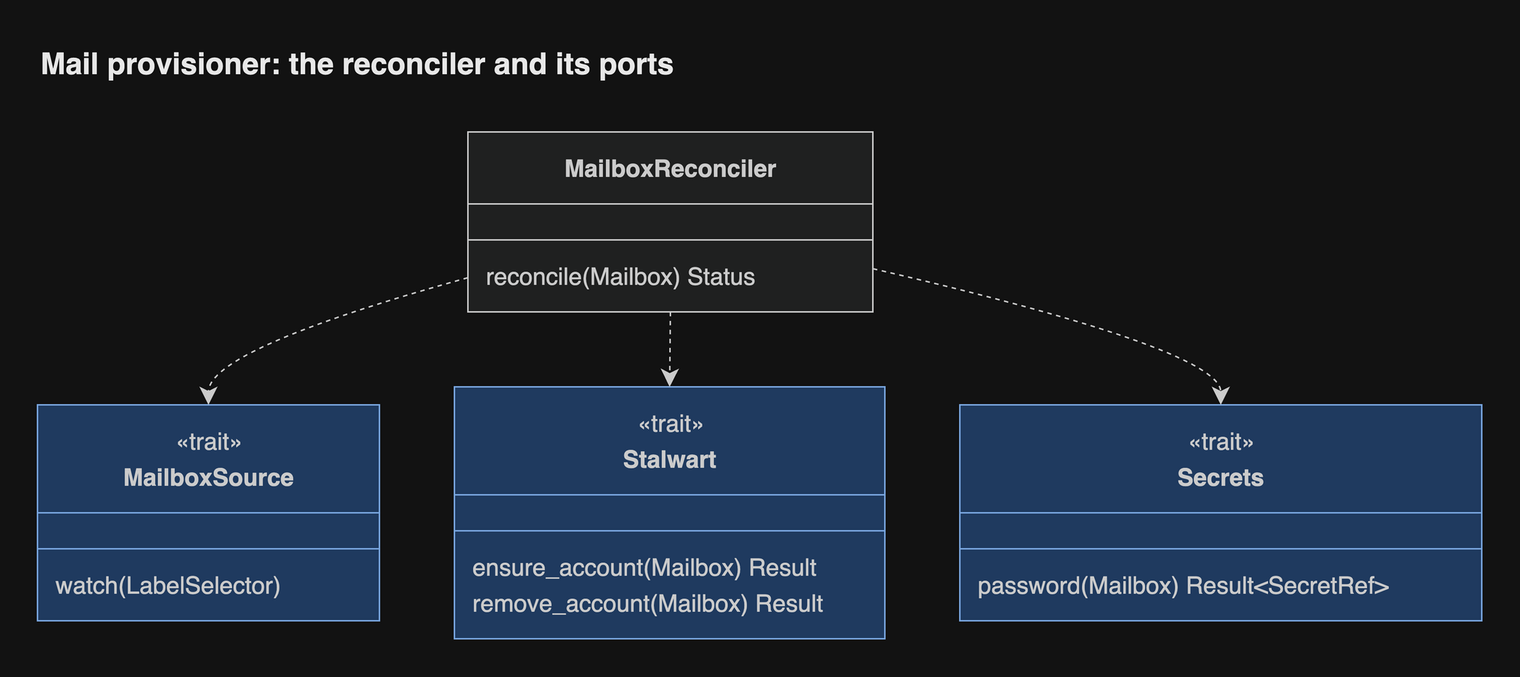
Earlier version of the draw.io export docs/diagrams/png/mail-provisioner.png (JorisJonkers-dev/estate-kit). Source tidied: cells renumbered, new cells last; positions are measured from the earlier drawing's top-left corner, leaving out a move shared by most shapes.
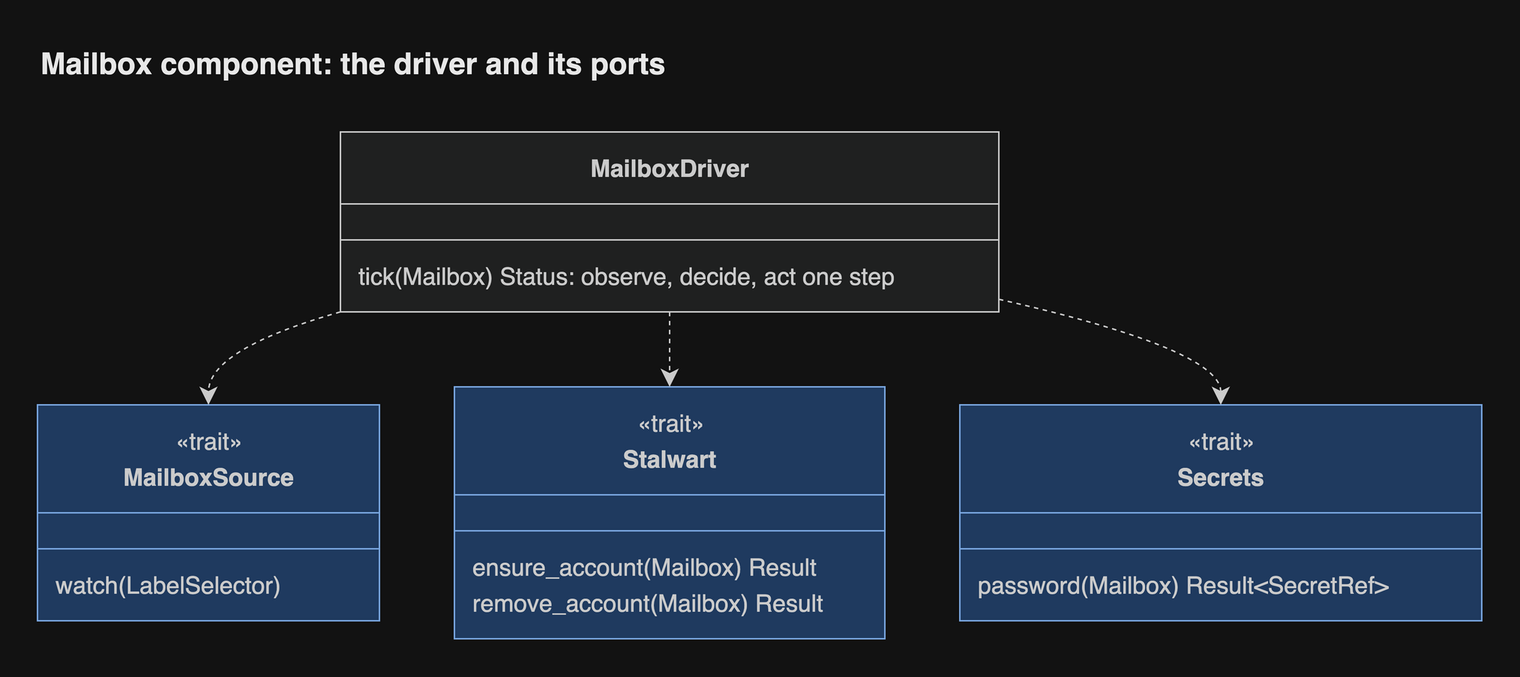
After the commit.

Diff of the diagram source:
```diff
@@ -2,14 +2,14 @@
   <root>
     <mxCell id="0" />
     <mxCell id="1" parent="0" />
-    <mxCell id="2" value="&lt;b&gt;MailboxReconciler&lt;/b&gt;" style="swimlane;html=1;fontStyle=1;fontSize=16;align=center;verticalAlign=middle;horizontal=1;startSize=48;swimlaneFillColor=light-dark(#ECECFF,#1f2020);whiteSpace=wrap;fillColor=light-dark(#ECECFF,#1f2020);strokeColor=light-dark(#9370DB,#cccccc);fontColor=light-dark(#333333,#cccccc);fontFamily=Helvetica;" parent="1" vertex="1">
-      <mxGeometry x="287" y="64" width="270" height="120" as="geometry" />
+    <mxCell id="2" value="&lt;b&gt;MailboxDriver&lt;/b&gt;" style="swimlane;html=1;fontStyle=1;fontSize=16;align=center;verticalAlign=middle;horizontal=1;startSize=48;swimlaneFillColor=light-dark(#ECECFF,#1f2020);whiteSpace=wrap;fillColor=light-dark(#ECECFF,#1f2020);strokeColor=light-dark(#9370DB,#cccccc);fontColor=light-dark(#333333,#cccccc);fontFamily=Helvetica;" parent="1" vertex="1">
+      <mxGeometry x="202" y="64" width="439" height="120" as="geometry" />
     </mxCell>
     <mxCell id="3" style="line;strokeWidth=1;fillColor=none;spacingLeft=3;spacingRight=3;strokeColor=inherit;fontFamily=Helvetica;" parent="2" vertex="1">
-      <mxGeometry y="60" width="270" height="24" as="geometry" />
+      <mxGeometry y="60" width="439" height="24" as="geometry" />
     </mxCell>
-    <mxCell id="4" value="reconcile(Mailbox) Status" style="text;fontSize=16;strokeColor=none;fillColor=none;align=left;verticalAlign=middle;spacingLeft=10;spacingRight=12;spacingBottom=2;overflow=hidden;fontColor=light-dark(#333333,#cccccc);fontFamily=Helvetica;" parent="2" vertex="1">
-      <mxGeometry y="84" width="270" height="24" as="geometry" />
+    <mxCell id="4" value="tick(Mailbox) Status: observe, decide, act one step" style="text;fontSize=16;strokeColor=none;fillColor=none;align=left;verticalAlign=middle;spacingLeft=10;spacingRight=12;spacingBottom=2;overflow=hidden;fontColor=light-dark(#333333,#cccccc);fontFamily=Helvetica;" parent="2" vertex="1">
+      <mxGeometry y="84" width="439" height="24" as="geometry" />
     </mxCell>
     <mxCell id="5" value="&lt;b&gt;MailboxSource&lt;/b&gt;" style="swimlane;html=1;fontStyle=1;fontSize=16;align=center;verticalAlign=middle;horizontal=1;startSize=72;swimlaneFillColor=light-dark(#dae8fc,#1f3a5f);whiteSpace=wrap;spacingTop=24;fillColor=light-dark(#dae8fc,#1f3a5f);strokeColor=light-dark(#6c8ebf,#7aa7e0);fontColor=light-dark(#333333,#cccccc);fontFamily=Helvetica;" parent="1" vertex="1">
       <mxGeometry y="246" width="228" height="144" as="geometry" />
@@ -50,7 +50,7 @@
     <mxCell id="17" value="password(Mailbox) Result&lt;SecretRef&gt;" style="text;fontSize=16;strokeColor=none;fillColor=none;align=left;verticalAlign=middle;spacingLeft=10;spacingRight=12;spacingBottom=2;overflow=hidden;fontColor=light-dark(#333333,#cccccc);fontFamily=Helvetica;" parent="14" vertex="1">
       <mxGeometry y="108" width="348" height="24" as="geometry" />
     </mxCell>
-    <mxCell id="18" style="curved=1;dashed=1;startArrow=none;endArrow=classic;endSize=9;strokeColor=light-dark(#333333,#cccccc);exitX=0;exitY=0.81;entryX=0.5;entryY=0;fixDash=1;fontFamily=Helvetica;" parent="1" edge="1" source="2" target="5">
+    <mxCell id="18" style="curved=1;dashed=1;startArrow=none;endArrow=classic;endSize=9;strokeColor=light-dark(#333333,#cccccc);exitX=0;exitY=1;entryX=0.5;entryY=0;fixDash=1;fontFamily=Helvetica;" parent="1" edge="1" source="2" target="5">
       <mxGeometry relative="1" as="geometry">
         <Array as="points">
           <mxPoint x="114" y="209" />
@@ -60,14 +60,14 @@
     <mxCell id="19" style="curved=1;dashed=1;startArrow=none;endArrow=classic;endSize=9;strokeColor=light-dark(#333333,#cccccc);exitX=0.5;exitY=1;entryX=0.5;entryY=0;fixDash=1;fontFamily=Helvetica;" parent="1" edge="1" source="2" target="9">
       <mxGeometry relative="1" as="geometry" />
     </mxCell>
-    <mxCell id="20" style="curved=1;dashed=1;startArrow=none;endArrow=classic;endSize=9;strokeColor=light-dark(#333333,#cccccc);exitX=1;exitY=0.76;entryX=0.5;entryY=0;fixDash=1;fontFamily=Helvetica;" parent="1" edge="1" source="2" target="14">
+    <mxCell id="20" style="curved=1;dashed=1;startArrow=none;endArrow=classic;endSize=9;strokeColor=light-dark(#333333,#cccccc);exitX=1;exitY=0.93;entryX=0.5;entryY=0;fixDash=1;fontFamily=Helvetica;" parent="1" edge="1" source="2" target="14">
       <mxGeometry relative="1" as="geometry">
         <Array as="points">
           <mxPoint x="789" y="209" />
         </Array>
       </mxGeometry>
     </mxCell>
-    <mxCell id="21" value="Mail provisioner: the reconciler and its ports" style="text;html=1;whiteSpace=wrap;align=left;verticalAlign=middle;fontSize=20;fontStyle=1;fontColor=light-dark(#1a1a1a,#e8e8e8);fontFamily=Helvetica;" parent="1" vertex="1">
+    <mxCell id="21" value="Mailbox component: the driver and its ports" style="text;html=1;whiteSpace=wrap;align=left;verticalAlign=middle;fontSize=20;fontStyle=1;fontColor=light-dark(#1a1a1a,#e8e8e8);fontFamily=Helvetica;" parent="1" vertex="1">
       <mxGeometry width="963" height="36" as="geometry" />
     </mxCell>
   </root>
```
